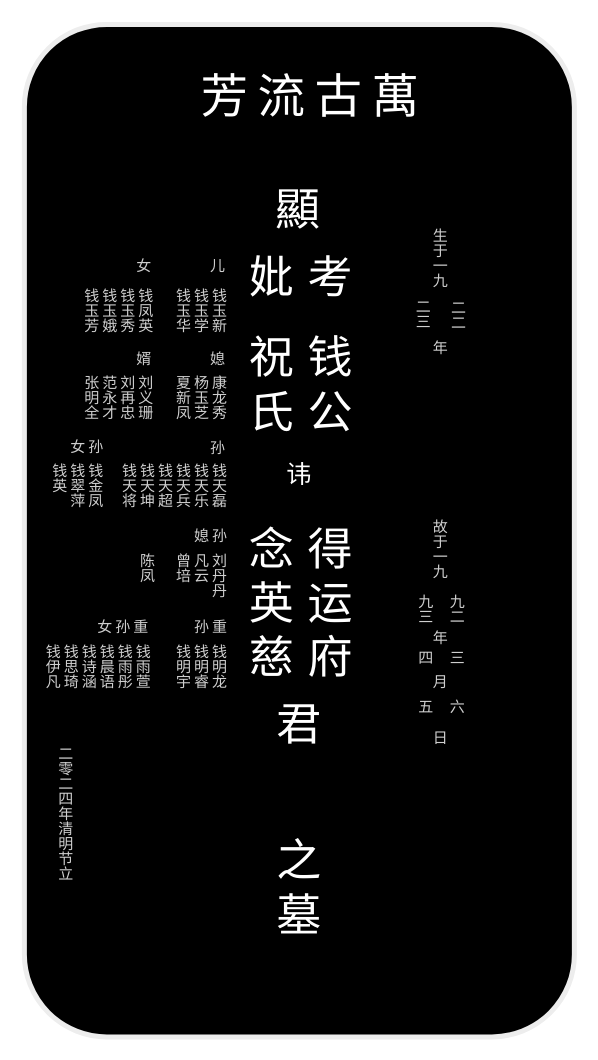
wshiqtb/wshiqtb keeps this draw.io diagram as 未命名绘图.drawio. Above is the earlier version. Source tidied: cells renumbered, new cells numbered last; positions are measured from the earlier drawing's top-left corner, leaving out a move shared by most shapes. Both pictures are drawn from the tidied source at 125%, with x=0, y=0 at pixel (24, 24).
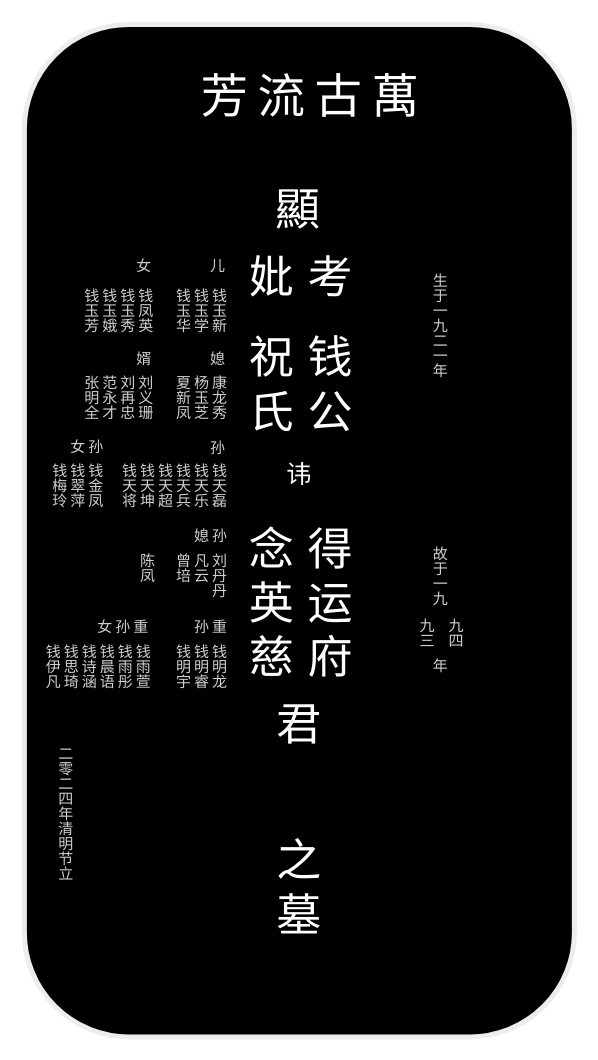
The same page after the edit.

Commit message (it also covers changes not shown here):
更新未命名绘图.drawio

Diff of the diagram source:
```diff
@@
-    <mxCell id="2" style="rounded=1;whiteSpace=wrap;html=1;labelBackgroundColor=#000000;fillColor=#000000;strokeColor=#EDEDED;fillStyle=auto;gradientColor=none;strokeWidth=4;shadow=0;textShadow=0;" parent="1" vertex="1">
+    <mxCell id="2" style="rounded=1;whiteSpace=wrap;html=1;labelBackgroundColor=#000000;fillColor=#000000;strokeColor=#EDEDED;fillStyle=auto;gradientColor=none;strokeWidth=4;shadow=0;textShadow=0;arcSize=19;" parent="1" vertex="1">
       <mxGeometry width="440" height="810" as="geometry" />
     </mxCell>
@@
-    <mxCell id="14" value="钱金凤&lt;div&gt;钱翠萍&lt;br&gt;&lt;div&gt;钱英&lt;/div&gt;&lt;/div&gt;" style="text;html=1;align=right;verticalAlign=top;whiteSpace=wrap;rounded=0;textDirection=vertical-rl;spacingTop=0;spacing=2;fontSize=12;spacingBottom=0;fontColor=#CFCFCF;opacity=10;" parent="1" vertex="1">
+    <mxCell id="14" value="钱金凤&lt;div&gt;钱翠萍&lt;br&gt;&lt;div&gt;钱梅玲&lt;/div&gt;&lt;/div&gt;" style="text;html=1;align=right;verticalAlign=top;whiteSpace=wrap;rounded=0;textDirection=vertical-rl;spacingTop=0;spacing=2;fontSize=12;spacingBottom=0;fontColor=#CFCFCF;opacity=10;" parent="1" vertex="1">
       <mxGeometry x="9" y="344" width="55" height="50" as="geometry" />
     </mxCell>
@@
-    <mxCell id="30" value="生于一九" style="text;html=1;align=center;verticalAlign=top;whiteSpace=wrap;rounded=0;textDirection=vertical-rl;fontColor=#CFCFCF;opacity=10;" parent="1" vertex="1">
-      <mxGeometry x="311" y="156" width="40" height="60" as="geometry" />
+    <mxCell id="30" value="生于一九二一年" style="text;html=1;align=center;verticalAlign=top;whiteSpace=wrap;rounded=0;textDirection=vertical-rl;fontColor=#CFCFCF;opacity=10;" parent="1" vertex="1">
+      <mxGeometry x="311" y="192" width="40" height="94" as="geometry" />
     </mxCell>
-    <mxCell id="31" value="二三" style="text;html=1;align=right;verticalAlign=top;whiteSpace=wrap;rounded=0;textDirection=vertical-rl;fontColor=#CFCFCF;opacity=10;" parent="1" vertex="1">
-      <mxGeometry x="304" y="213" width="22" height="41" as="geometry" />
-    </mxCell>
-    <mxCell id="32" value="二二" style="text;html=1;align=left;verticalAlign=top;whiteSpace=wrap;rounded=0;textDirection=vertical-rl;fontColor=#CFCFCF;opacity=10;" parent="1" vertex="1">
-      <mxGeometry x="337" y="214" width="22" height="41" as="geometry" />
-    </mxCell>
-    <mxCell id="33" value="年" style="text;html=1;align=center;verticalAlign=top;whiteSpace=wrap;rounded=0;textDirection=vertical-rl;fontColor=#CFCFCF;opacity=10;" parent="1" vertex="1">
-      <mxGeometry x="311" y="246" width="40" height="25" as="geometry" />
-    </mxCell>
-    <mxCell id="34" style="group;" parent="1" vertex="1">
-      <mxGeometry x="306" y="389" width="50" height="194" as="geometry" />
-    </mxCell>
-    <mxCell id="35" value="故于一九" style="text;html=1;align=center;verticalAlign=top;whiteSpace=wrap;rounded=0;textDirection=vertical-rl;fontColor=#CFCFCF;opacity=10;" parent="34" vertex="1">
-      <mxGeometry x="5" width="40" height="60" as="geometry" />
-    </mxCell>
-    <mxCell id="36" value="年" style="text;html=1;align=center;verticalAlign=top;whiteSpace=wrap;rounded=0;textDirection=vertical-rl;fontColor=#CFCFCF;opacity=10;" parent="34" vertex="1">
-      <mxGeometry x="5" y="89" width="40" height="25" as="geometry" />
-    </mxCell>
-    <mxCell id="37" value="月" style="text;html=1;align=center;verticalAlign=top;whiteSpace=wrap;rounded=0;textDirection=vertical-rl;fontColor=#CFCFCF;opacity=10;" parent="34" vertex="1">
-      <mxGeometry x="5" y="124" width="40" height="25" as="geometry" />
-    </mxCell>
-    <mxCell id="38" value="日" style="text;html=1;align=center;verticalAlign=top;whiteSpace=wrap;rounded=0;textDirection=vertical-rl;fontColor=#CFCFCF;opacity=10;" parent="34" vertex="1">
-      <mxGeometry x="5" y="169" width="40" height="25" as="geometry" />
-    </mxCell>
-    <mxCell id="39" style="group;fontColor=#CFCFCF;opacity=10;" parent="34" vertex="1">
-      <mxGeometry y="60" width="22" height="111" as="geometry" />
-    </mxCell>
-    <mxCell id="40" value="九三" style="text;html=1;align=right;verticalAlign=top;whiteSpace=wrap;rounded=0;textDirection=vertical-rl;fontColor=#CFCFCF;opacity=10;" parent="39" vertex="1">
-      <mxGeometry width="22" height="41" as="geometry" />
-    </mxCell>
-    <mxCell id="41" value="四" style="text;html=1;align=right;verticalAlign=top;whiteSpace=wrap;rounded=0;textDirection=vertical-rl;fontColor=#CFCFCF;opacity=10;" parent="39" vertex="1">
-      <mxGeometry x="2" y="44.5" width="20" height="25.5" as="geometry" />
-    </mxCell>
-    <mxCell id="42" value="五" style="text;html=1;align=right;verticalAlign=top;whiteSpace=wrap;rounded=0;textDirection=vertical-rl;fontColor=#CFCFCF;opacity=10;" parent="39" vertex="1">
-      <mxGeometry x="2" y="83.5" width="20" height="24.5" as="geometry" />
-    </mxCell>
-    <mxCell id="43" style="group;fontColor=#CFCFCF;opacity=10;" parent="34" vertex="1">
-      <mxGeometry x="30" y="60" width="20" height="113" as="geometry" />
-    </mxCell>
-    <mxCell id="44" value="九二" style="text;html=1;align=left;verticalAlign=top;whiteSpace=wrap;rounded=0;textDirection=vertical-rl;fontColor=#CFCFCF;opacity=10;" parent="43" vertex="1">
-      <mxGeometry width="20" height="41" as="geometry" />
-    </mxCell>
-    <mxCell id="45" value="三" style="text;html=1;align=left;verticalAlign=top;whiteSpace=wrap;rounded=0;textDirection=vertical-rl;fontColor=#CFCFCF;opacity=10;" parent="43" vertex="1">
-      <mxGeometry y="45" width="20" height="26" as="geometry" />
-    </mxCell>
-    <mxCell id="46" value="六" style="text;html=1;align=left;verticalAlign=top;whiteSpace=wrap;rounded=0;textDirection=vertical-rl;fontColor=#CFCFCF;opacity=10;" parent="43" vertex="1">
-      <mxGeometry y="84" width="20" height="26" as="geometry" />
-    </mxCell>
@@
+    <mxCell id="35" value="故于一九" style="text;html=1;align=center;verticalAlign=top;whiteSpace=wrap;rounded=0;textDirection=vertical-rl;fontColor=#CFCFCF;opacity=10;" parent="1" vertex="1">
+      <mxGeometry x="311" y="411" width="40" height="60" as="geometry" />
+    </mxCell>
+    <mxCell id="36" value="年" style="text;html=1;align=center;verticalAlign=top;whiteSpace=wrap;rounded=0;textDirection=vertical-rl;fontColor=#CFCFCF;opacity=10;" parent="1" vertex="1">
+      <mxGeometry x="311" y="500" width="40" height="25" as="geometry" />
+    </mxCell>
+    <mxCell id="44" value="九四" style="text;html=1;align=left;verticalAlign=top;whiteSpace=wrap;rounded=0;textDirection=vertical-rl;fontColor=#CFCFCF;opacity=10;" parent="1" vertex="1">
+      <mxGeometry x="335" y="468" width="20" height="41" as="geometry" />
+    </mxCell>
+    <mxCell id="40" value="九三" style="text;html=1;align=right;verticalAlign=top;whiteSpace=wrap;rounded=0;textDirection=vertical-rl;fontColor=#CFCFCF;opacity=10;" parent="1" vertex="1">
+      <mxGeometry x="307" y="468" width="22" height="41" as="geometry" />
+    </mxCell>
```
